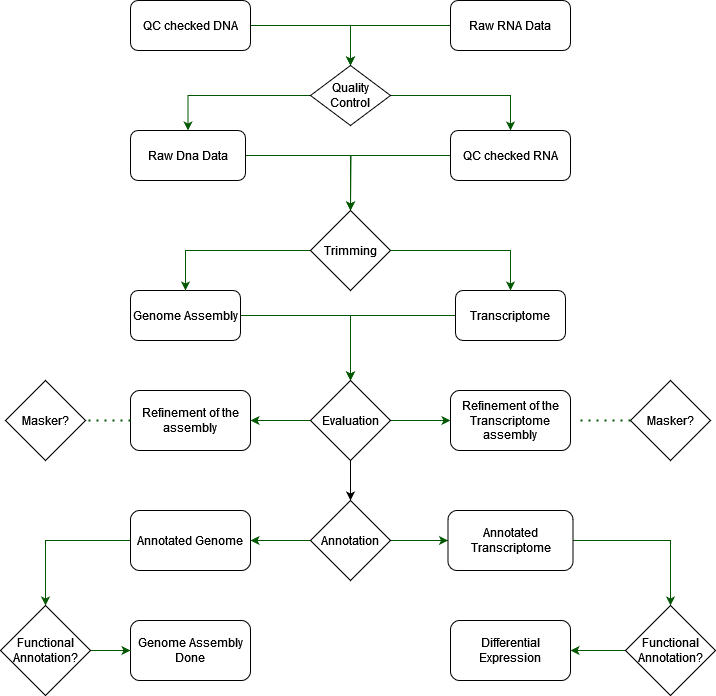
Earlier version of the draw.io export Genome_Analysis_workflow.drawio.png (MikeGenes/GenomeProject). Source tidied: cells renumbered, new cells last; positions are measured from the earlier drawing's top-left corner, leaving out a move shared by most shapes.
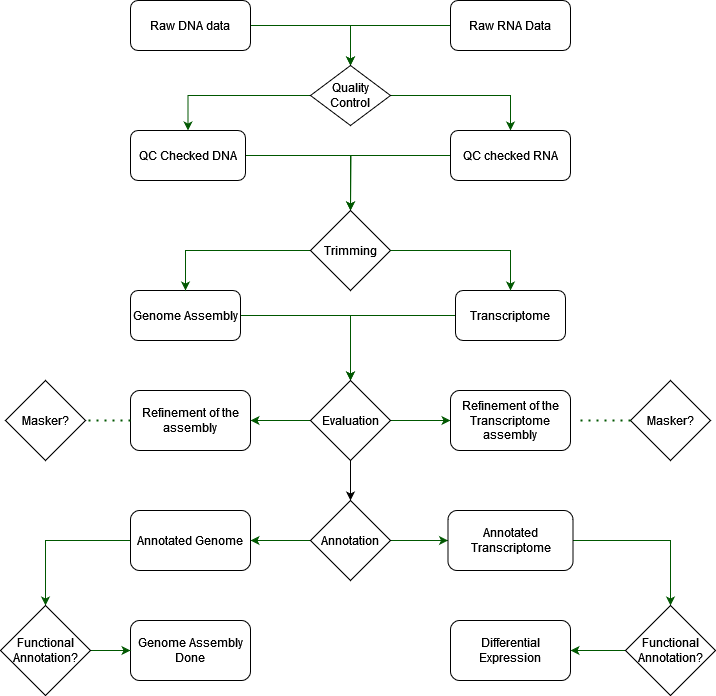
The same diagram one commit later.

Diff of the diagram source:
```diff
@@ -5,13 +5,13 @@
     <mxCell id="2" style="edgeStyle=orthogonalEdgeStyle;rounded=0;jettySize=auto;html=1;entryX=0.5;entryY=0;entryDx=0;entryDy=0;fillColor=#008a00;strokeColor=#005700;" parent="1" edge="1" source="3" target="28">
       <mxGeometry relative="1" as="geometry" />
     </mxCell>
-    <mxCell id="3" value="Raw Dna Data" style="rounded=1;whiteSpace=wrap;html=1;" parent="1" vertex="1">
+    <mxCell id="3" value="QC Checked DNA" style="rounded=1;whiteSpace=wrap;html=1;" parent="1" vertex="1">
       <mxGeometry x="130" y="130" width="115" height="50" as="geometry" />
     </mxCell>
     <mxCell id="4" style="edgeStyle=orthogonalEdgeStyle;rounded=0;jettySize=auto;html=1;entryX=0.5;entryY=0;entryDx=0;entryDy=0;strokeColor=#005700;fillColor=#008a00;" parent="1" edge="1" source="5" target="24">
       <mxGeometry relative="1" as="geometry" />
     </mxCell>
-    <mxCell id="5" value="QC checked DNA" style="rounded=1;whiteSpace=wrap;html=1;" parent="1" vertex="1">
+    <mxCell id="5" value="Raw DNA data" style="rounded=1;whiteSpace=wrap;html=1;" parent="1" vertex="1">
       <mxGeometry x="130" width="120" height="50" as="geometry" />
     </mxCell>
     <mxCell id="6" style="edgeStyle=orthogonalEdgeStyle;rounded=0;jettySize=auto;html=1;fillColor=#008a00;strokeColor=#005700;" parent="1" edge="1" source="7" target="42">
```
